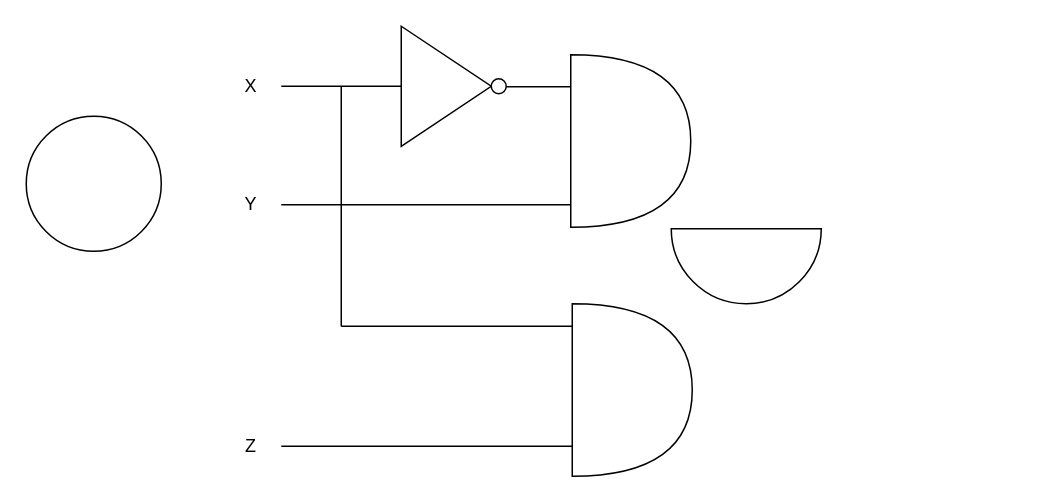
Earlier version of the draw.io diagram Namnlöst diagram.drawio (moogi2B/Robotics4all). Source tidied: cells renumbered, new cells numbered last; positions are measured from the earlier drawing's top-left corner, leaving out a move shared by most shapes. Both pictures are drawn from the tidied source at 150%, with x=0, y=0 at pixel (26, 26).
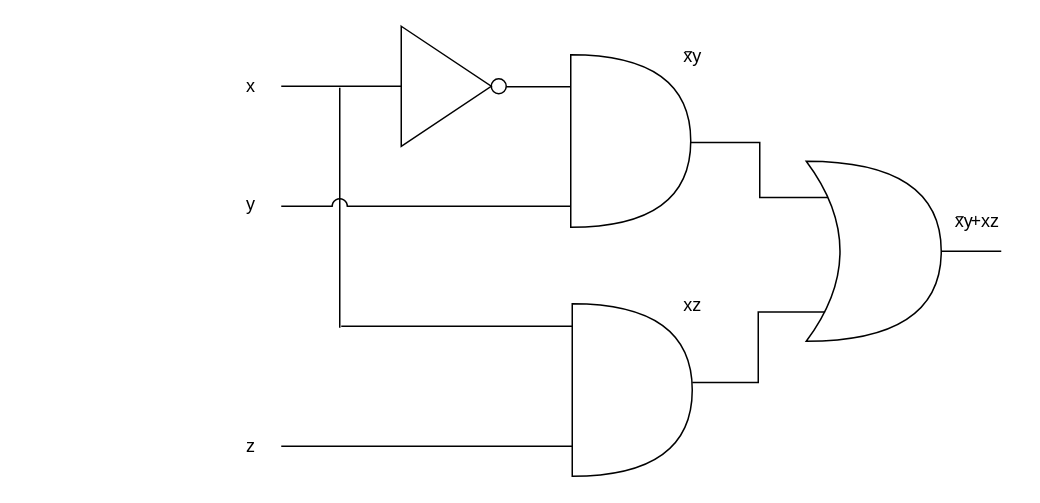
The same diagram, later.

Diff of the diagram source:
```diff
@@
+    <mxCell id="17" value="xy" style="text;html=1;align=center;verticalAlign=middle;strokeColor=none;fillColor=none;" parent="1" vertex="1">
+      <mxGeometry x="610" y="115" width="30" height="30" as="geometry" />
+    </mxCell>
-    <mxCell id="2" style="triangle;whiteSpace=wrap;html=1;" parent="1" vertex="1">
+    <mxCell id="2" style="triangle;whiteSpace=wrap;html=1;fillColor=none;" parent="1" vertex="1">
       <mxGeometry x="250" width="60" height="80" as="geometry" />
     </mxCell>
-    <mxCell id="3" style="ellipse;whiteSpace=wrap;html=1;" parent="1" vertex="1">
+    <mxCell id="3" style="ellipse;whiteSpace=wrap;html=1;fillColor=none;" parent="1" vertex="1">
       <mxGeometry x="310" y="35" width="10" height="10" as="geometry" />
     </mxCell>
-    <mxCell id="4" value="X" style="text;strokeColor=none;align=center;fillColor=none;html=1;verticalAlign=middle;whiteSpace=wrap;rounded=0;" parent="1" vertex="1">
+    <mxCell id="4" value="x" style="text;strokeColor=none;align=center;fillColor=none;html=1;verticalAlign=middle;whiteSpace=wrap;rounded=0;" parent="1" vertex="1">
       <mxGeometry x="120" y="25" width="60" height="30" as="geometry" />
     </mxCell>
-    <mxCell id="5" value="Y" style="text;strokeColor=none;align=center;fillColor=none;html=1;verticalAlign=middle;whiteSpace=wrap;rounded=0;" parent="1" vertex="1">
+    <mxCell id="5" value="y" style="text;strokeColor=none;align=center;fillColor=none;html=1;verticalAlign=middle;whiteSpace=wrap;rounded=0;" parent="1" vertex="1">
       <mxGeometry x="120" y="104" width="60" height="30" as="geometry" />
     </mxCell>
-    <mxCell id="6" value="Z" style="text;strokeColor=none;align=center;fillColor=none;html=1;verticalAlign=middle;whiteSpace=wrap;rounded=0;" parent="1" vertex="1">
+    <mxCell id="6" value="z" style="text;strokeColor=none;align=center;fillColor=none;html=1;verticalAlign=middle;whiteSpace=wrap;rounded=0;" parent="1" vertex="1">
       <mxGeometry x="120" y="265" width="60" height="30" as="geometry" />
     </mxCell>
@@
-    <mxCell id="8" style="line;strokeWidth=1;dashed=0;labelPosition=right;align=left;verticalAlign=middle;spacingTop=0;spacingLeft=6;" parent="1" vertex="1">
-      <mxGeometry x="170" y="114" width="200" height="10" as="geometry" />
+    <mxCell id="8" style="line;strokeWidth=1;dashed=0;labelPosition=right;align=left;verticalAlign=middle;spacingTop=0;spacingLeft=6;fillColor=default;" parent="1" vertex="1">
+      <mxGeometry x="214" y="115" width="149" height="10" as="geometry" />
     </mxCell>
     <mxCell id="9" style="line;strokeWidth=1;dashed=0;labelPosition=right;align=left;verticalAlign=middle;spacingTop=0;spacingLeft=6;" parent="1" vertex="1">
-      <mxGeometry x="170" y="275" width="200" height="10" as="geometry" />
+      <mxGeometry x="170" y="275" width="194" height="10" as="geometry" />
     </mxCell>
-    <mxCell id="10" style="shape=or;whiteSpace=wrap;html=1;" parent="1" vertex="1">
+    <mxCell id="10" style="shape=or;whiteSpace=wrap;html=1;fillColor=none;" parent="1" vertex="1">
       <mxGeometry x="363" y="19" width="80" height="115" as="geometry" />
     </mxCell>
@@
-    <mxCell id="12" style="shape=or;whiteSpace=wrap;html=1;" parent="1" vertex="1">
+    <mxCell id="12" style="shape=or;whiteSpace=wrap;html=1;fillColor=none;" parent="1" vertex="1">
       <mxGeometry x="364" y="185" width="80" height="115" as="geometry" />
     </mxCell>
     <mxCell id="13" style="line;strokeWidth=1;dashed=0;labelPosition=right;align=left;verticalAlign=middle;spacingTop=0;spacingLeft=6;direction=south;" parent="1" vertex="1">
-      <mxGeometry x="205" y="40" width="10" height="160" as="geometry" />
+      <mxGeometry x="204" y="41" width="10" height="160" as="geometry" />
     </mxCell>
@@
-    <mxCell id="15" style="ellipse;whiteSpace=wrap;html=1;fillColor=none;" parent="1" vertex="1">
-      <mxGeometry y="60" width="90" height="90" as="geometry" />
-    </mxCell>
-    <mxCell id="16" style="verticalLabelPosition=bottom;verticalAlign=top;html=1;shape=mxgraph.basic.half_circle;fillColor=none;" parent="1" vertex="1">
-      <mxGeometry x="430" y="135" width="100" height="50" as="geometry" />
-    </mxCell>
+    <mxCell id="18" style="verticalLabelPosition=bottom;verticalAlign=top;html=1;shape=mxgraph.basic.arc;startAngle=0.735714542894766;endAngle=0.26428545710523405;" parent="1" vertex="1">
+      <mxGeometry x="204" y="115" width="10" height="10" as="geometry" />
+    </mxCell>
+    <mxCell id="19" style="line;strokeWidth=1;dashed=0;labelPosition=right;align=left;verticalAlign=middle;spacingTop=0;spacingLeft=6;" parent="1" vertex="1">
+      <mxGeometry x="170" y="115" width="34" height="10" as="geometry" />
+    </mxCell>
+    <mxCell id="20" style="shape=xor;whiteSpace=wrap;html=1;fillColor=none;" parent="1" vertex="1">
+      <mxGeometry x="520" y="90" width="90" height="120" as="geometry" />
+    </mxCell>
+    <mxCell id="21" style="edgeStyle=elbowEdgeStyle;elbow=horizontal;endArrow=none;html=1;curved=0;rounded=0;endSize=8;startSize=8;entryX=0.14;entryY=0.837;entryDx=0;entryDy=0;entryPerimeter=0;endFill=0;" parent="1" edge="1" target="20">
+      <mxGeometry relative="1" as="geometry">
+        <mxPoint x="444" y="237.5" as="sourcePoint" />
+      </mxGeometry>
+    </mxCell>
+    <mxCell id="22" style="edgeStyle=elbowEdgeStyle;elbow=horizontal;endArrow=none;html=1;curved=0;rounded=0;endSize=8;startSize=8;endFill=0;entryX=0.159;entryY=0.201;entryDx=0;entryDy=0;entryPerimeter=0;" parent="1" edge="1" target="20">
+      <mxGeometry relative="1" as="geometry">
+        <mxPoint x="443" y="77.5" as="sourcePoint" />
+      </mxGeometry>
+    </mxCell>
+    <mxCell id="23" style="line;strokeWidth=1;dashed=0;labelPosition=right;align=left;verticalAlign=middle;spacingTop=0;spacingLeft=6;" parent="1" vertex="1">
+      <mxGeometry x="610" y="145" width="40" height="10" as="geometry" />
+    </mxCell>
+    <mxCell id="24" value="xy" style="text;html=1;align=center;verticalAlign=middle;strokeColor=none;fillColor=none;" parent="1" vertex="1">
+      <mxGeometry x="429" y="5" width="30" height="30" as="geometry" />
+    </mxCell>
+    <mxCell id="25" value="xz" style="text;html=1;align=center;verticalAlign=middle;strokeColor=none;fillColor=none;" parent="1" vertex="1">
+      <mxGeometry x="429" y="171" width="30" height="30" as="geometry" />
+    </mxCell>
+    <mxCell id="26" style="line;strokeWidth=0.8;dashed=0;labelPosition=right;align=left;verticalAlign=middle;spacingTop=0;spacingLeft=6;" parent="1" vertex="1">
+      <mxGeometry x="439" y="12" width="5" height="10" as="geometry" />
+    </mxCell>
+    <mxCell id="27" style="line;strokeWidth=0.8;dashed=0;labelPosition=right;align=left;verticalAlign=middle;spacingTop=0;spacingLeft=6;" parent="1" vertex="1">
+      <mxGeometry x="620" y="122" width="5" height="10" as="geometry" />
+    </mxCell>
+    <mxCell id="28" value="+xz" style="text;html=1;align=center;verticalAlign=middle;strokeColor=none;fillColor=none;" parent="1" vertex="1">
+      <mxGeometry x="619" y="115" width="40" height="30" as="geometry" />
+    </mxCell>
```
